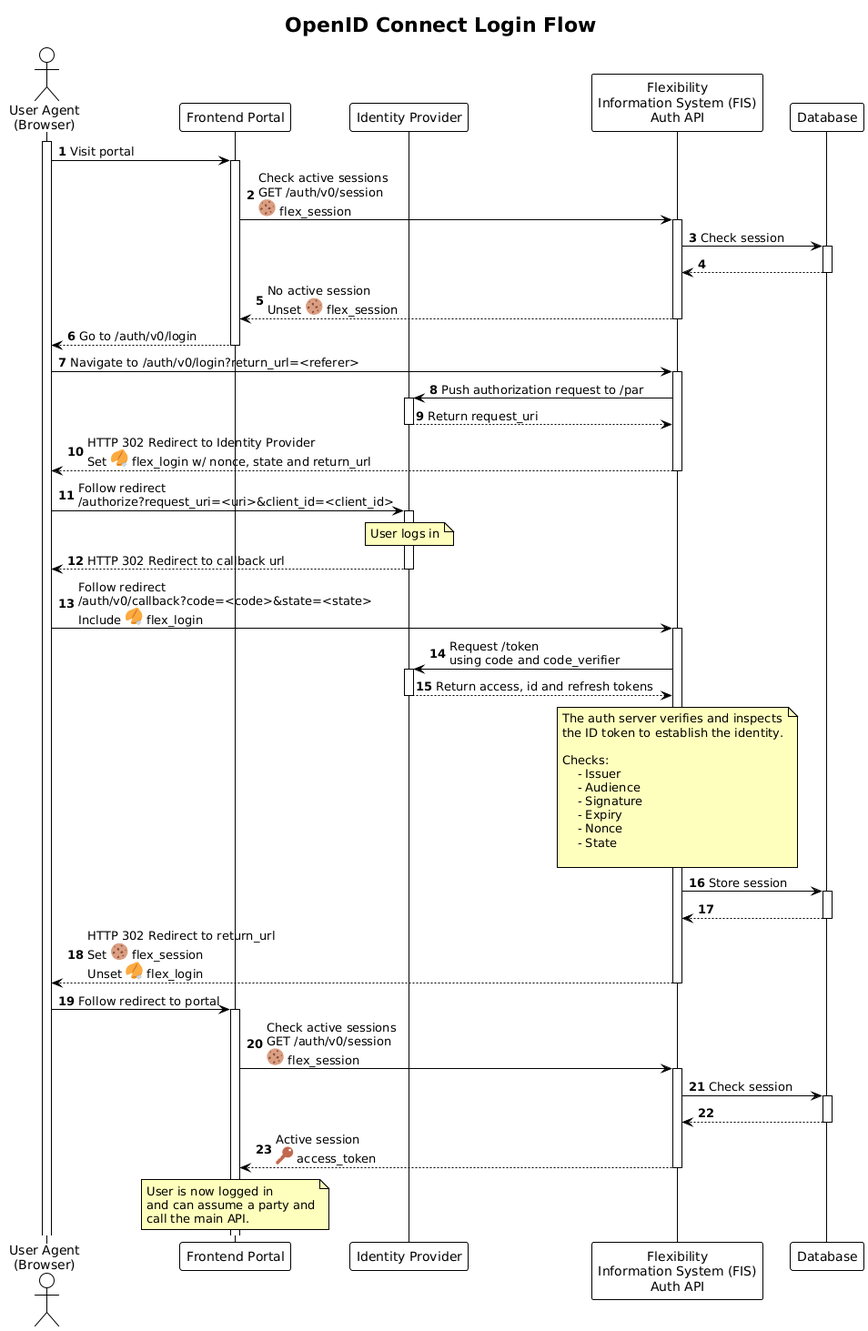
The PlantUML diagram docs-dev/diagrams/oidc_login_sequence.png in elhub/flex-information-system, before a commit.
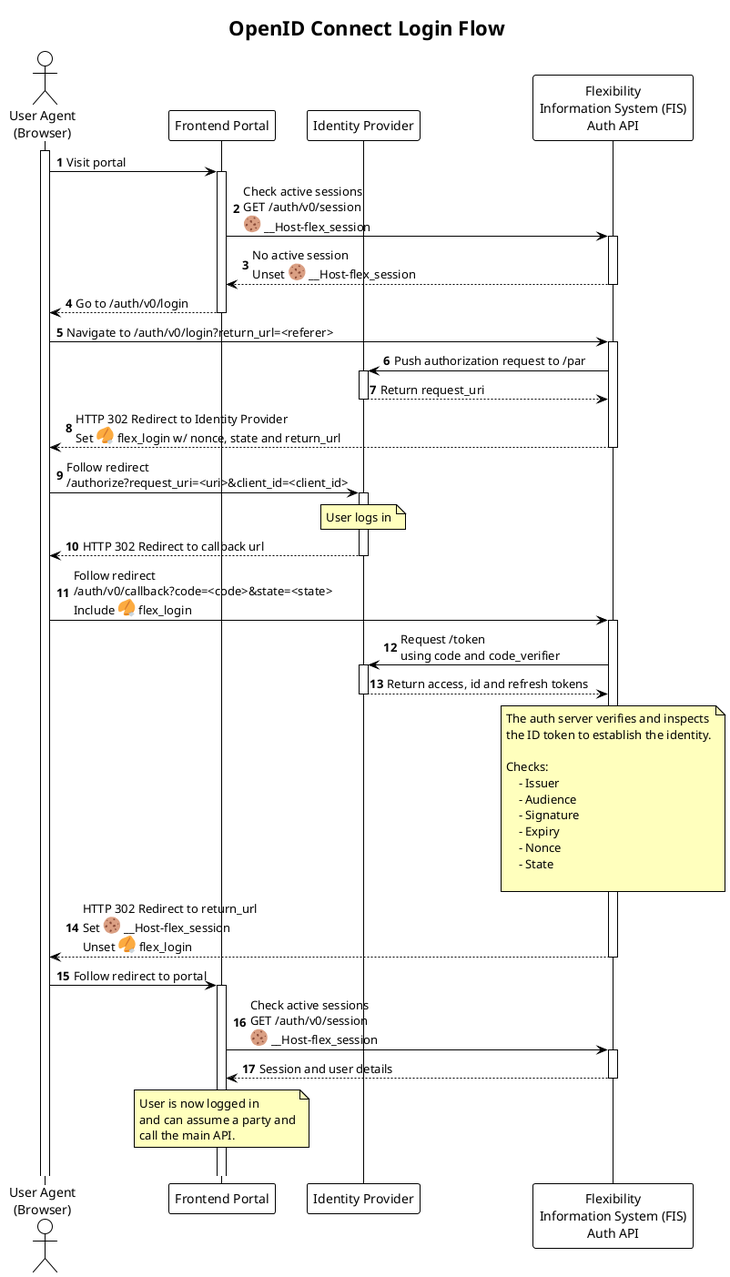
Above is the later version.

Change to the diagram source:
```diff
@@ -16,13 +16,10 @@
 participant "Frontend Portal" as PORTAL
 participant "Identity Provider" as IDP
 participant "Flexibility\nInformation System (FIS)\nAuth API" as AUTH
-participant "Database" as DB
 
 UA -> PORTAL: Visit portal
-PORTAL -> AUTH: Check active sessions\nGET /auth/v0/session\n<:cookie:> flex_session
-AUTH -> DB: Check session
-return
-return No active session\nUnset <:cookie:> flex_session
+PORTAL -> AUTH: Check active sessions\nGET /auth/v0/session\n<:cookie:> __Host-flex_session
+return No active session\nUnset <:cookie:> __Host-flex_session
 return Go to /auth/v0/login
 
 UA -> AUTH: Navigate to /auth/v0/login?return_url=<referer>
@@ -53,20 +50,16 @@
 
 end note
 
-AUTH -> DB: Store session
-return
-
-return HTTP 302 Redirect to return_url\nSet <:cookie:> flex_session\nUnset <:fortune_cookie:> flex_login
+return HTTP 302 Redirect to return_url\nSet <:cookie:> __Host-flex_session\nUnset <:fortune_cookie:> flex_login
 
 UA -> PORTAL: Follow redirect to portal
-PORTAL -> AUTH: Check active sessions\nGET /auth/v0/session\n<:cookie:> flex_session
-AUTH -> DB: Check session
-return
-return Active session\n<:key:> access_token
+PORTAL -> AUTH: Check active sessions\nGET /auth/v0/session\n<:cookie:> __Host-flex_session
+return Session and user details
 
 note over PORTAL
     User is now logged in
     and can assume a party and
     call the main API.
 end note
+|||
 @enduml
```
